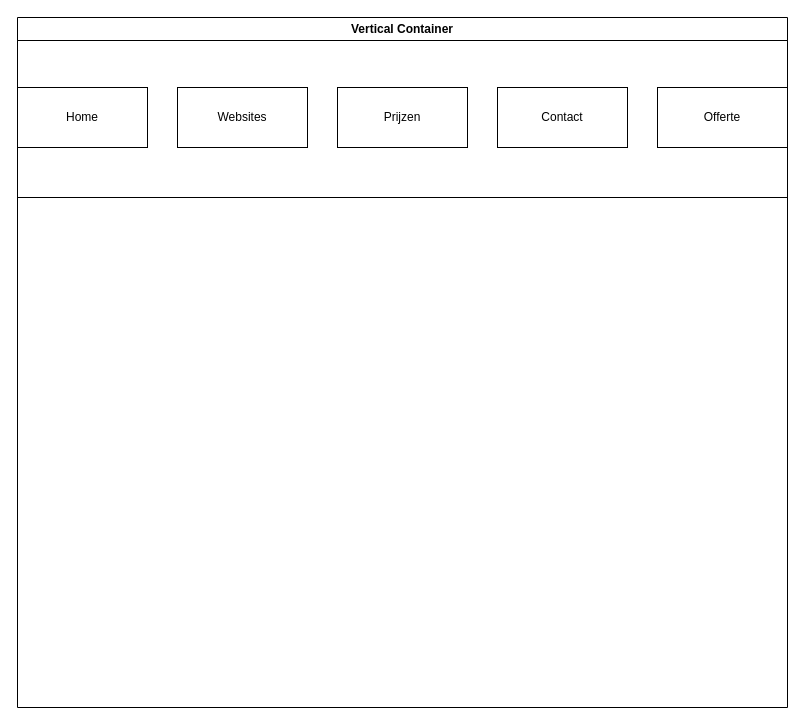
LorenzovandenDungen/admincrud keeps this draw.io diagram as Untitled Diagram.drawio. Above is the earlier version. Source tidied: cells renumbered, new cells numbered last; positions are measured from the earlier drawing's top-left corner, leaving out a move shared by most shapes. Both pictures are drawn from the tidied source at 100%, with x=0, y=0 at pixel (17, 17).
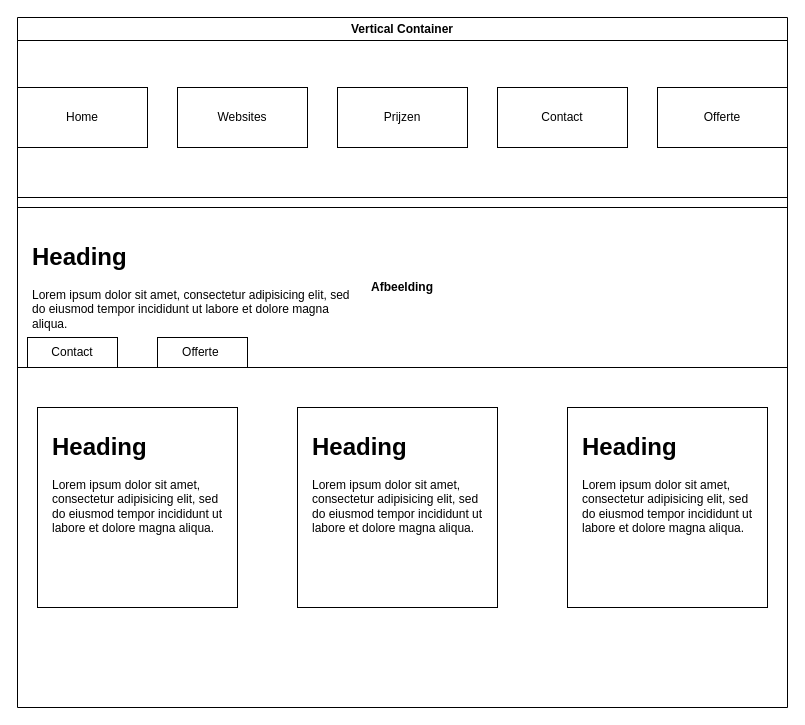
After the change.

The edit, as a diff of the source:
```diff
@@
 <mxGraphModel>
   <root>
     <mxCell id="0" />
     <mxCell id="1" parent="0" />
     <mxCell id="2" style="rounded=0;whiteSpace=wrap;html=1;" parent="1" vertex="1">
       <mxGeometry y="10" width="770" height="170" as="geometry" />
     </mxCell>
     <mxCell id="3" value="Vertical Container" style="swimlane;whiteSpace=wrap;html=1;" parent="1" vertex="1">
       <mxGeometry width="770" height="690" as="geometry" />
     </mxCell>
     <mxCell id="4" value="Home" style="rounded=0;whiteSpace=wrap;html=1;" parent="3" vertex="1">
       <mxGeometry y="70" width="130" height="60" as="geometry" />
     </mxCell>
     <mxCell id="5" value="Websites" style="rounded=0;whiteSpace=wrap;html=1;" parent="3" vertex="1">
       <mxGeometry x="160" y="70" width="130" height="60" as="geometry" />
     </mxCell>
     <mxCell id="6" value="Prijzen" style="rounded=0;whiteSpace=wrap;html=1;" parent="3" vertex="1">
       <mxGeometry x="320" y="70" width="130" height="60" as="geometry" />
     </mxCell>
     <mxCell id="7" value="Contact" style="rounded=0;whiteSpace=wrap;html=1;" parent="3" vertex="1">
       <mxGeometry x="480" y="70" width="130" height="60" as="geometry" />
     </mxCell>
     <mxCell id="8" value="Offerte" style="rounded=0;whiteSpace=wrap;html=1;" parent="3" vertex="1">
       <mxGeometry x="640" y="70" width="130" height="60" as="geometry" />
     </mxCell>
+    <mxCell id="9" value="&lt;b&gt;Afbeelding&lt;/b&gt;" style="rounded=0;whiteSpace=wrap;html=1;" parent="3" vertex="1">
+      <mxGeometry y="190" width="770" height="160" as="geometry" />
+    </mxCell>
+    <mxCell id="10" value="&lt;h1&gt;Heading&lt;/h1&gt;&lt;p&gt;Lorem ipsum dolor sit amet, consectetur adipisicing elit, sed do eiusmod tempor incididunt ut labore et dolore magna aliqua.&lt;/p&gt;" style="text;html=1;spacing=5;spacingTop=-20;whiteSpace=wrap;overflow=hidden;rounded=0;" parent="3" vertex="1">
+      <mxGeometry x="10" y="220" width="330" height="120" as="geometry" />
+    </mxCell>
+    <mxCell id="11" value="Contact" style="rounded=0;whiteSpace=wrap;html=1;" parent="3" vertex="1">
+      <mxGeometry x="10" y="320" width="90" height="30" as="geometry" />
+    </mxCell>
+    <mxCell id="12" value="Offerte&amp;nbsp;" style="rounded=0;whiteSpace=wrap;html=1;" parent="3" vertex="1">
+      <mxGeometry x="140" y="320" width="90" height="30" as="geometry" />
+    </mxCell>
+    <mxCell id="13" style="whiteSpace=wrap;html=1;" parent="3" vertex="1">
+      <mxGeometry x="20" y="390" width="200" height="200" as="geometry" />
+    </mxCell>
+    <mxCell id="14" style="whiteSpace=wrap;html=1;" parent="3" vertex="1">
+      <mxGeometry x="280" y="390" width="200" height="200" as="geometry" />
+    </mxCell>
+    <mxCell id="15" style="whiteSpace=wrap;html=1;" parent="3" vertex="1">
+      <mxGeometry x="550" y="390" width="200" height="200" as="geometry" />
+    </mxCell>
+    <mxCell id="16" value="&lt;h1&gt;Heading&lt;/h1&gt;&lt;p&gt;Lorem ipsum dolor sit amet, consectetur adipisicing elit, sed do eiusmod tempor incididunt ut labore et dolore magna aliqua.&lt;/p&gt;" style="text;html=1;spacing=5;spacingTop=-20;whiteSpace=wrap;overflow=hidden;rounded=0;" parent="3" vertex="1">
+      <mxGeometry x="30" y="410" width="190" height="120" as="geometry" />
+    </mxCell>
+    <mxCell id="17" value="&lt;h1&gt;Heading&lt;/h1&gt;&lt;p&gt;Lorem ipsum dolor sit amet, consectetur adipisicing elit, sed do eiusmod tempor incididunt ut labore et dolore magna aliqua.&lt;/p&gt;" style="text;html=1;spacing=5;spacingTop=-20;whiteSpace=wrap;overflow=hidden;rounded=0;" parent="3" vertex="1">
+      <mxGeometry x="290" y="410" width="190" height="120" as="geometry" />
+    </mxCell>
+    <mxCell id="18" value="&lt;h1&gt;Heading&lt;/h1&gt;&lt;p&gt;Lorem ipsum dolor sit amet, consectetur adipisicing elit, sed do eiusmod tempor incididunt ut labore et dolore magna aliqua.&lt;/p&gt;" style="text;html=1;spacing=5;spacingTop=-20;whiteSpace=wrap;overflow=hidden;rounded=0;" parent="3" vertex="1">
+      <mxGeometry x="560" y="410" width="190" height="120" as="geometry" />
+    </mxCell>
   </root>
 </mxGraphModel>
```
